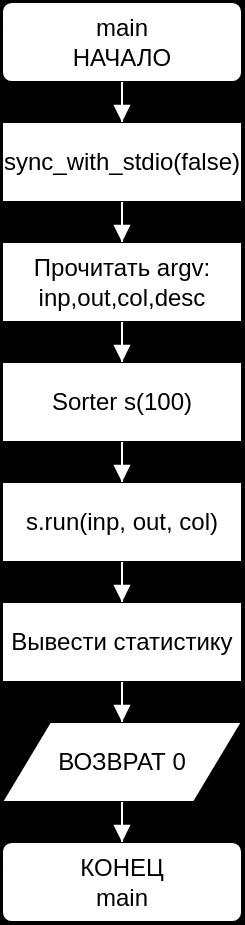
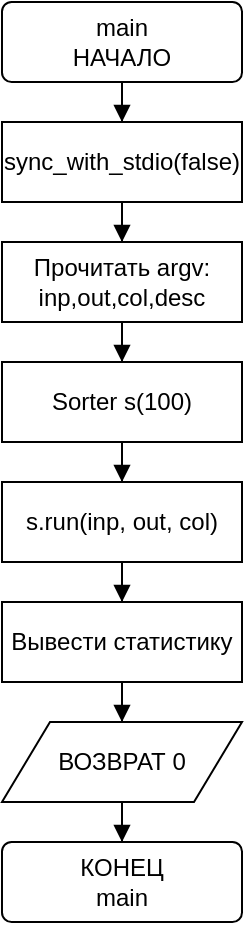
<mxfile host="Electron" version="29.6.1">
  <diagram name="Страница-1" id="d1">
-     <mxGraphModel dx="1400" dy="800" grid="1" gridSize="10" guides="1" tooltips="1" connect="1" arrows="1" fold="1" page="0" pageScale="1" pageWidth="827" pageHeight="1169" math="0" shadow="0" background="#000000">
+     <mxGraphModel dx="1400" dy="800" grid="1" gridSize="10" guides="1" tooltips="1" connect="1" arrows="1" fold="1" page="0" pageScale="1" pageWidth="827" pageHeight="1169" math="0" shadow="0" background="#ffffff">
      <root>
        <mxCell id="0" />
        <mxCell id="1" parent="0" />
        <mxCell id="a" value="&lt;div&gt;main&lt;/div&gt;&lt;div&gt;НАЧАЛО&lt;/div&gt;" style="rounded=1;arcSize=12;whiteSpace=wrap;html=1;fillColor=#ffffff;strokeColor=#000000;fontColor=#000000;" vertex="1" parent="1"><mxGeometry x="160" y="0" width="120" height="40" as="geometry" /></mxCell>
        <mxCell id="p0" value="sync_with_stdio(false)" style="rounded=0;whiteSpace=wrap;html=1;fillColor=#ffffff;strokeColor=#000000;fontColor=#000000;" vertex="1" parent="1"><mxGeometry x="160" y="60" width="120" height="40" as="geometry" /></mxCell>
        <mxCell id="p1" value="Прочитать argv: inp,out,col,desc" style="rounded=0;whiteSpace=wrap;html=1;fillColor=#ffffff;strokeColor=#000000;fontColor=#000000;" vertex="1" parent="1"><mxGeometry x="160" y="120" width="120" height="40" as="geometry" /></mxCell>
        <mxCell id="p2" value="Sorter s(100)" style="rounded=0;whiteSpace=wrap;html=1;fillColor=#ffffff;strokeColor=#000000;fontColor=#000000;" vertex="1" parent="1"><mxGeometry x="160" y="180" width="120" height="40" as="geometry" /></mxCell>
        <mxCell id="p3" value="s.run(inp, out, col)" style="rounded=0;whiteSpace=wrap;html=1;fillColor=#ffffff;strokeColor=#000000;fontColor=#000000;" vertex="1" parent="1"><mxGeometry x="160" y="240" width="120" height="40" as="geometry" /></mxCell>
        <mxCell id="p4" value="Вывести статистику" style="rounded=0;whiteSpace=wrap;html=1;fillColor=#ffffff;strokeColor=#000000;fontColor=#000000;" vertex="1" parent="1"><mxGeometry x="160" y="300" width="120" height="40" as="geometry" /></mxCell>
        <mxCell id="ret" value="ВОЗВРАТ 0" style="shape=parallelogram;perimeter=parallelogramPerimeter;whiteSpace=wrap;html=1;fillColor=#ffffff;strokeColor=#000000;fontColor=#000000;" vertex="1" parent="1"><mxGeometry x="160" y="360" width="120" height="40" as="geometry" /></mxCell>
        <mxCell id="e" value="&lt;div&gt;КОНЕЦ&lt;/div&gt;&lt;div&gt;main&lt;/div&gt;" style="rounded=1;arcSize=12;whiteSpace=wrap;html=1;fillColor=#ffffff;strokeColor=#000000;fontColor=#000000;" vertex="1" parent="1"><mxGeometry x="160" y="420" width="120" height="40" as="geometry" /></mxCell>
-         <mxCell id="e0" value="" style="edgeStyle=orthogonalEdgeStyle;rounded=0;orthogonalLoop=1;jettySize=auto;html=1;endArrow=block;endFill=1;strokeColor=#ffffff;fontColor=#ffffff;" edge="1" parent="1" source="a" target="p0"><mxGeometry relative="1" as="geometry" /></mxCell>
-         <mxCell id="e1" value="" style="edgeStyle=orthogonalEdgeStyle;rounded=0;orthogonalLoop=1;jettySize=auto;html=1;endArrow=block;endFill=1;strokeColor=#ffffff;fontColor=#ffffff;" edge="1" parent="1" source="p0" target="p1"><mxGeometry relative="1" as="geometry" /></mxCell>
-         <mxCell id="e2" value="" style="edgeStyle=orthogonalEdgeStyle;rounded=0;orthogonalLoop=1;jettySize=auto;html=1;endArrow=block;endFill=1;strokeColor=#ffffff;fontColor=#ffffff;" edge="1" parent="1" source="p1" target="p2"><mxGeometry relative="1" as="geometry" /></mxCell>
-         <mxCell id="e3" value="" style="edgeStyle=orthogonalEdgeStyle;rounded=0;orthogonalLoop=1;jettySize=auto;html=1;endArrow=block;endFill=1;strokeColor=#ffffff;fontColor=#ffffff;" edge="1" parent="1" source="p2" target="p3"><mxGeometry relative="1" as="geometry" /></mxCell>
-         <mxCell id="e4" value="" style="edgeStyle=orthogonalEdgeStyle;rounded=0;orthogonalLoop=1;jettySize=auto;html=1;endArrow=block;endFill=1;strokeColor=#ffffff;fontColor=#ffffff;" edge="1" parent="1" source="p3" target="p4"><mxGeometry relative="1" as="geometry" /></mxCell>
-         <mxCell id="e5" value="" style="edgeStyle=orthogonalEdgeStyle;rounded=0;orthogonalLoop=1;jettySize=auto;html=1;endArrow=block;endFill=1;strokeColor=#ffffff;fontColor=#ffffff;" edge="1" parent="1" source="p4" target="ret"><mxGeometry relative="1" as="geometry" /></mxCell>
-         <mxCell id="e6" value="" style="edgeStyle=orthogonalEdgeStyle;rounded=0;orthogonalLoop=1;jettySize=auto;html=1;endArrow=block;endFill=1;strokeColor=#ffffff;fontColor=#ffffff;" edge="1" parent="1" source="ret" target="e"><mxGeometry relative="1" as="geometry" /></mxCell>
+         <mxCell id="e0" value="" style="edgeStyle=orthogonalEdgeStyle;rounded=0;orthogonalLoop=1;jettySize=auto;html=1;endArrow=block;endFill=1;strokeColor=#000000;fontColor=#000000;" edge="1" parent="1" source="a" target="p0"><mxGeometry relative="1" as="geometry" /></mxCell>
+         <mxCell id="e1" value="" style="edgeStyle=orthogonalEdgeStyle;rounded=0;orthogonalLoop=1;jettySize=auto;html=1;endArrow=block;endFill=1;strokeColor=#000000;fontColor=#000000;" edge="1" parent="1" source="p0" target="p1"><mxGeometry relative="1" as="geometry" /></mxCell>
+         <mxCell id="e2" value="" style="edgeStyle=orthogonalEdgeStyle;rounded=0;orthogonalLoop=1;jettySize=auto;html=1;endArrow=block;endFill=1;strokeColor=#000000;fontColor=#000000;" edge="1" parent="1" source="p1" target="p2"><mxGeometry relative="1" as="geometry" /></mxCell>
+         <mxCell id="e3" value="" style="edgeStyle=orthogonalEdgeStyle;rounded=0;orthogonalLoop=1;jettySize=auto;html=1;endArrow=block;endFill=1;strokeColor=#000000;fontColor=#000000;" edge="1" parent="1" source="p2" target="p3"><mxGeometry relative="1" as="geometry" /></mxCell>
+         <mxCell id="e4" value="" style="edgeStyle=orthogonalEdgeStyle;rounded=0;orthogonalLoop=1;jettySize=auto;html=1;endArrow=block;endFill=1;strokeColor=#000000;fontColor=#000000;" edge="1" parent="1" source="p3" target="p4"><mxGeometry relative="1" as="geometry" /></mxCell>
+         <mxCell id="e5" value="" style="edgeStyle=orthogonalEdgeStyle;rounded=0;orthogonalLoop=1;jettySize=auto;html=1;endArrow=block;endFill=1;strokeColor=#000000;fontColor=#000000;" edge="1" parent="1" source="p4" target="ret"><mxGeometry relative="1" as="geometry" /></mxCell>
+         <mxCell id="e6" value="" style="edgeStyle=orthogonalEdgeStyle;rounded=0;orthogonalLoop=1;jettySize=auto;html=1;endArrow=block;endFill=1;strokeColor=#000000;fontColor=#000000;" edge="1" parent="1" source="ret" target="e"><mxGeometry relative="1" as="geometry" /></mxCell>
      </root>
    </mxGraphModel>
  </diagram>
</mxfile>